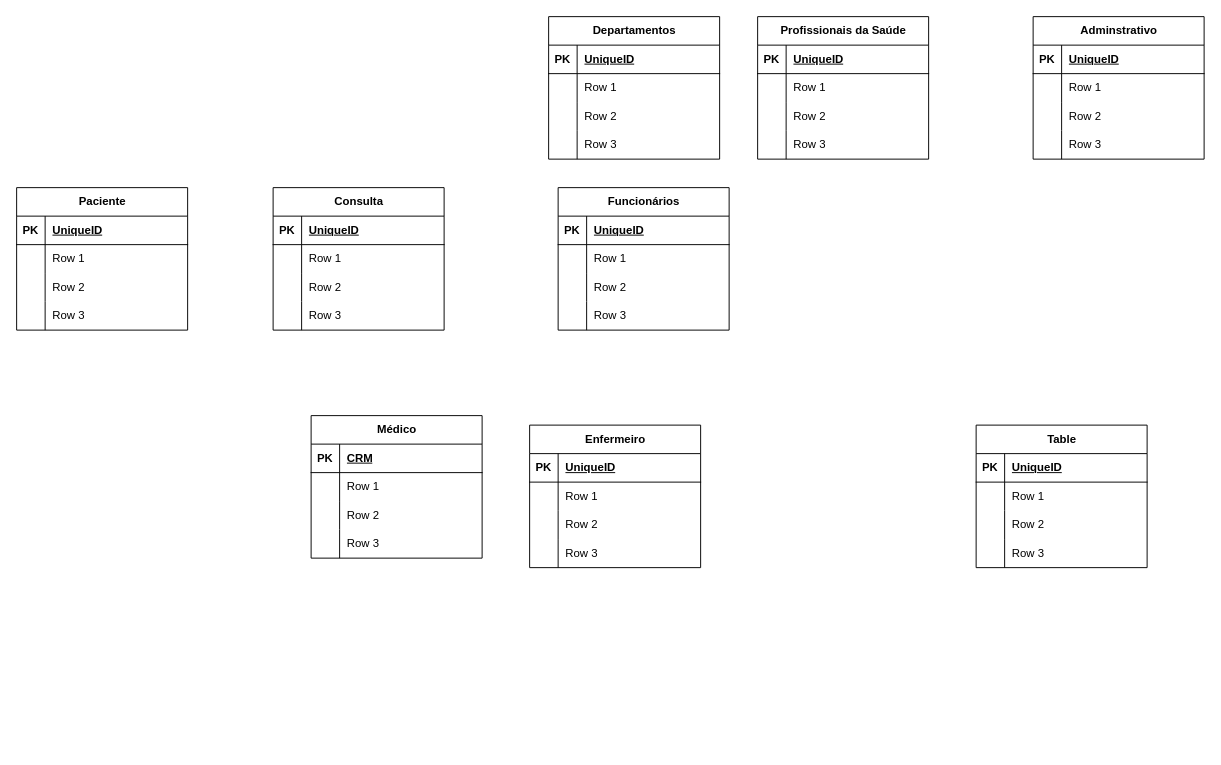
Earlier version of the draw.io diagram Modelo Relacional/Modelo Lógico.drawio (rafasilva9537/projeto_Hospital_BD). Source tidied: cells renumbered, new cells numbered last; positions are measured from the earlier drawing's top-left corner, leaving out a move shared by most shapes. Both pictures are drawn from the tidied source at 95%, with x=0, y=0 at pixel (16, 16).
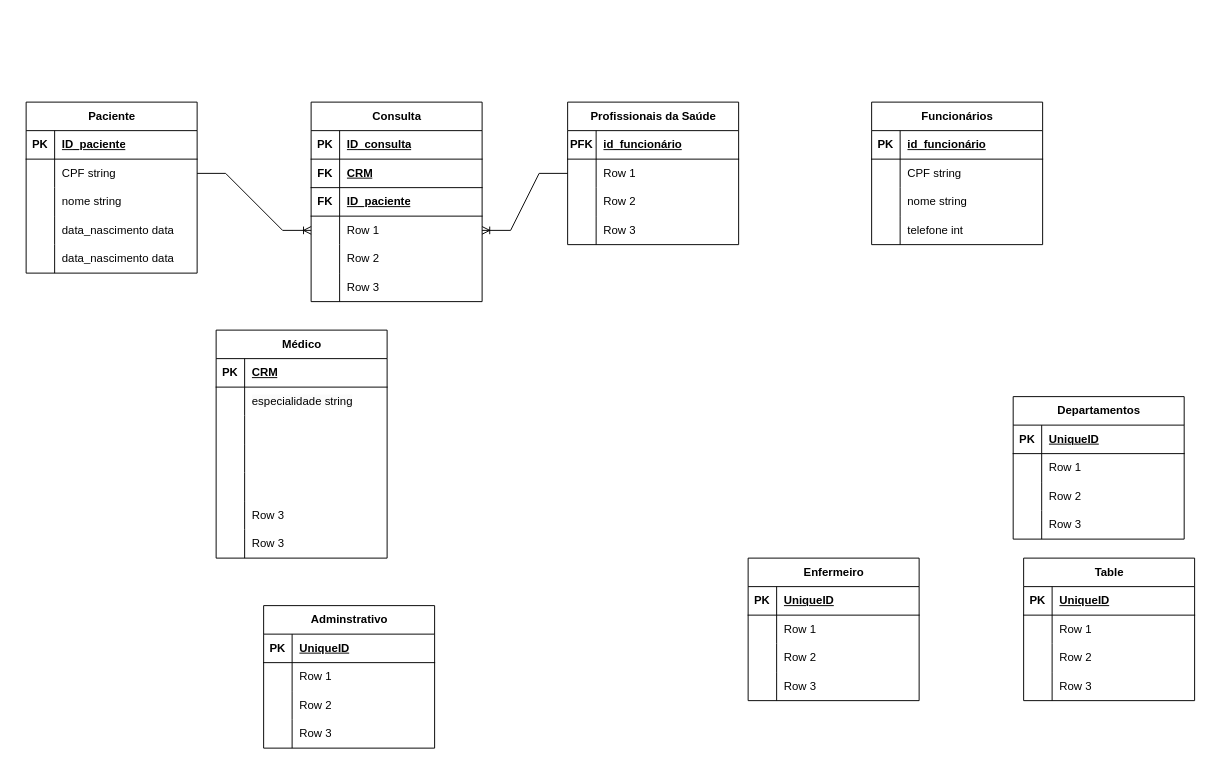
Above is the later version.

The change refers to these unchanged cells:
```xml
<mxCell id="16" style="shape=tableRow;horizontal=0;startSize=0;swimlaneHead=0;swimlaneBody=0;fillColor=none;top=0;left=0;right=0;bottom=1;" parent="15" vertex="1">
  <mxGeometry y="30" width="180" height="30" as="geometry" />
</mxCell>
<mxCell id="19" style="shape=tableRow;horizontal=0;startSize=0;swimlaneHead=0;swimlaneBody=0;fillColor=none;top=0;left=0;right=0;bottom=0;" parent="15" vertex="1">
  <mxGeometry y="60" width="180" height="30" as="geometry" />
</mxCell>
<mxCell id="22" style="shape=tableRow;horizontal=0;startSize=0;swimlaneHead=0;swimlaneBody=0;fillColor=none;top=0;left=0;right=0;bottom=0;" parent="15" vertex="1">
  <mxGeometry y="90" width="180" height="30" as="geometry" />
</mxCell>
<mxCell id="25" style="shape=tableRow;horizontal=0;startSize=0;swimlaneHead=0;swimlaneBody=0;fillColor=none;top=0;left=0;right=0;bottom=0;" parent="15" vertex="1">
  <mxGeometry y="120" width="180" height="30" as="geometry" />
</mxCell>
<mxCell id="29" style="shape=tableRow;horizontal=0;startSize=0;swimlaneHead=0;swimlaneBody=0;fillColor=none;top=0;left=0;right=0;bottom=1;" parent="28" vertex="1">
  <mxGeometry y="30" width="180" height="30" as="geometry" />
</mxCell>
<mxCell id="32" style="shape=tableRow;horizontal=0;startSize=0;swimlaneHead=0;swimlaneBody=0;fillColor=none;points=[[0,0.5],[1,0.5]];portConstraint=eastwest;top=0;left=0;right=0;bottom=0;" parent="28" vertex="1">
  <mxGeometry y="60" width="180" height="30" as="geometry" />
</mxCell>
<mxCell id="68" style="shape=tableRow;horizontal=0;startSize=0;swimlaneHead=0;swimlaneBody=0;fillColor=none;top=0;left=0;right=0;bottom=1;" parent="67" vertex="1">
  <mxGeometry y="30" width="180" height="30" as="geometry" />
</mxCell>
<mxCell id="71" style="shape=tableRow;horizontal=0;startSize=0;swimlaneHead=0;swimlaneBody=0;fillColor=none;points=[[0,0.5],[1,0.5]];portConstraint=eastwest;top=0;left=0;right=0;bottom=0;" parent="67" vertex="1">
  <mxGeometry y="60" width="180" height="30" as="geometry" />
</mxCell>
<mxCell id="74" style="shape=tableRow;horizontal=0;startSize=0;swimlaneHead=0;swimlaneBody=0;fillColor=none;top=0;left=0;right=0;bottom=0;" parent="67" vertex="1">
  <mxGeometry y="90" width="180" height="30" as="geometry" />
</mxCell>
<mxCell id="77" style="shape=tableRow;horizontal=0;startSize=0;swimlaneHead=0;swimlaneBody=0;fillColor=none;top=0;left=0;right=0;bottom=0;" parent="67" vertex="1">
  <mxGeometry y="120" width="180" height="30" as="geometry" />
</mxCell>
<mxCell id="81" style="shape=tableRow;horizontal=0;startSize=0;swimlaneHead=0;swimlaneBody=0;fillColor=none;top=0;left=0;right=0;bottom=1;" parent="80" vertex="1">
  <mxGeometry y="30" width="180" height="30" as="geometry" />
</mxCell>
<mxCell id="97" style="shape=tableRow;horizontal=0;startSize=0;swimlaneHead=0;swimlaneBody=0;fillColor=none;top=0;left=0;right=0;bottom=0;" parent="93" vertex="1">
  <mxGeometry y="60" width="180" height="30" as="geometry" />
</mxCell>
<mxCell id="100" style="shape=tableRow;horizontal=0;startSize=0;swimlaneHead=0;swimlaneBody=0;fillColor=none;top=0;left=0;right=0;bottom=0;" parent="93" vertex="1">
  <mxGeometry y="90" width="180" height="30" as="geometry" />
</mxCell>
<mxCell id="103" style="shape=tableRow;horizontal=0;startSize=0;swimlaneHead=0;swimlaneBody=0;fillColor=none;top=0;left=0;right=0;bottom=0;" parent="93" vertex="1">
  <mxGeometry y="120" width="180" height="30" as="geometry" />
</mxCell>
```

Diff of the diagram source:
```diff
@@
     <mxCell id="2" value="Departamentos" style="shape=table;startSize=30;childLayout=tableLayout;rowLines=0;fontStyle=1;align=center;html=1;" parent="1" vertex="1">
-      <mxGeometry x="560" width="180" height="150" as="geometry" />
+      <mxGeometry x="1049" y="400" width="180" height="150" as="geometry" />
     </mxCell>
@@
     <mxCell id="15" value="Funcionários" style="shape=table;startSize=30;childLayout=tableLayout;rowLines=0;fontStyle=1;align=center;html=1;" parent="1" vertex="1">
-      <mxGeometry x="570" y="180" width="180" height="150" as="geometry" />
+      <mxGeometry x="900" y="90" width="180" height="150" as="geometry" />
     </mxCell>
@@
-    <mxCell id="18" value="UniqueID" style="shape=partialRectangle;fillColor=none;top=0;left=0;bottom=0;right=0;align=left;spacingLeft=6;fontStyle=5;overflow=hidden;whiteSpace=wrap;html=1;" parent="16" vertex="1">
+    <mxCell id="18" value="id_funcionário" style="shape=partialRectangle;fillColor=none;top=0;left=0;bottom=0;right=0;align=left;spacingLeft=6;fontStyle=5;overflow=hidden;whiteSpace=wrap;html=1;" parent="16" vertex="1">
       <mxGeometry x="30" width="150" height="30" as="geometry" />
     </mxCell>
@@
-    <mxCell id="21" value="Row 1" style="shape=partialRectangle;fillColor=none;top=0;left=0;bottom=0;right=0;align=left;spacingLeft=6;overflow=hidden;whiteSpace=wrap;html=1;" parent="19" vertex="1">
+    <mxCell id="21" value="CPF string" style="shape=partialRectangle;fillColor=none;top=0;left=0;bottom=0;right=0;align=left;spacingLeft=6;overflow=hidden;whiteSpace=wrap;html=1;" parent="19" vertex="1">
       <mxGeometry x="30" width="150" height="30" as="geometry" />
     </mxCell>
@@
-    <mxCell id="24" value="Row 2" style="shape=partialRectangle;fillColor=none;top=0;left=0;bottom=0;right=0;align=left;spacingLeft=6;overflow=hidden;whiteSpace=wrap;html=1;" parent="22" vertex="1">
+    <mxCell id="24" value="nome string" style="shape=partialRectangle;fillColor=none;top=0;left=0;bottom=0;right=0;align=left;spacingLeft=6;overflow=hidden;whiteSpace=wrap;html=1;" parent="22" vertex="1">
       <mxGeometry x="30" width="150" height="30" as="geometry" />
     </mxCell>
@@
-    <mxCell id="27" value="Row 3" style="shape=partialRectangle;fillColor=none;top=0;left=0;bottom=0;right=0;align=left;spacingLeft=6;overflow=hidden;whiteSpace=wrap;html=1;" parent="25" vertex="1">
+    <mxCell id="27" value="telefone int" style="shape=partialRectangle;fillColor=none;top=0;left=0;bottom=0;right=0;align=left;spacingLeft=6;overflow=hidden;whiteSpace=wrap;html=1;" parent="25" vertex="1">
       <mxGeometry x="30" width="150" height="30" as="geometry" />
     </mxCell>
     <mxCell id="28" value="Profissionais da Saúde" style="shape=table;startSize=30;childLayout=tableLayout;rowLines=0;fontStyle=1;align=center;html=1;" parent="1" vertex="1">
-      <mxGeometry x="780" width="180" height="150" as="geometry" />
+      <mxGeometry x="580" y="90" width="180" height="150" as="geometry" />
     </mxCell>
@@
-    <mxCell id="30" value="PK" style="shape=partialRectangle;fillColor=none;top=0;left=0;bottom=0;right=0;fontStyle=1;overflow=hidden;whiteSpace=wrap;html=1;" parent="29" vertex="1">
+    <mxCell id="30" value="PFK" style="shape=partialRectangle;fillColor=none;top=0;left=0;bottom=0;right=0;fontStyle=1;overflow=hidden;whiteSpace=wrap;html=1;" parent="29" vertex="1">
       <mxGeometry width="30" height="30" as="geometry" />
     </mxCell>
-    <mxCell id="31" value="UniqueID" style="shape=partialRectangle;fillColor=none;top=0;left=0;bottom=0;right=0;align=left;spacingLeft=6;fontStyle=5;overflow=hidden;whiteSpace=wrap;html=1;" parent="29" vertex="1">
+    <mxCell id="31" value="id_funcionário" style="shape=partialRectangle;fillColor=none;top=0;left=0;bottom=0;right=0;align=left;spacingLeft=6;fontStyle=5;overflow=hidden;whiteSpace=wrap;html=1;" parent="29" vertex="1">
       <mxGeometry x="30" width="150" height="30" as="geometry" />
     </mxCell>
@@
     <mxCell id="41" value="Adminstrativo" style="shape=table;startSize=30;childLayout=tableLayout;rowLines=0;fontStyle=1;align=center;html=1;" parent="1" vertex="1">
-      <mxGeometry x="1070" width="180" height="150" as="geometry" />
+      <mxGeometry x="260" y="620" width="180" height="150" as="geometry" />
     </mxCell>
@@
     <mxCell id="54" value="Table" style="shape=table;startSize=30;childLayout=tableLayout;rowLines=0;fontStyle=1;align=center;html=1;" parent="1" vertex="1">
-      <mxGeometry x="1010" y="430" width="180" height="150" as="geometry" />
+      <mxGeometry x="1060" y="570" width="180" height="150" as="geometry" />
     </mxCell>
@@
     <mxCell id="67" value="Paciente" style="shape=table;startSize=30;childLayout=tableLayout;rowLines=0;fontStyle=1;align=center;html=1;" parent="1" vertex="1">
-      <mxGeometry y="180" width="180" height="150" as="geometry" />
+      <mxGeometry x="10" y="90" width="180" height="180" as="geometry" />
     </mxCell>
@@
-    <mxCell id="70" value="UniqueID" style="shape=partialRectangle;fillColor=none;top=0;left=0;bottom=0;right=0;align=left;spacingLeft=6;fontStyle=5;overflow=hidden;whiteSpace=wrap;html=1;" parent="68" vertex="1">
+    <mxCell id="70" value="ID_paciente" style="shape=partialRectangle;fillColor=none;top=0;left=0;bottom=0;right=0;align=left;spacingLeft=6;fontStyle=5;overflow=hidden;whiteSpace=wrap;html=1;" parent="68" vertex="1">
       <mxGeometry x="30" width="150" height="30" as="geometry" />
     </mxCell>
@@
-    <mxCell id="73" value="Row 1" style="shape=partialRectangle;fillColor=none;top=0;left=0;bottom=0;right=0;align=left;spacingLeft=6;overflow=hidden;whiteSpace=wrap;html=1;" parent="71" vertex="1">
+    <mxCell id="73" value="CPF string" style="shape=partialRectangle;fillColor=none;top=0;left=0;bottom=0;right=0;align=left;spacingLeft=6;overflow=hidden;whiteSpace=wrap;html=1;" parent="71" vertex="1">
       <mxGeometry x="30" width="150" height="30" as="geometry" />
     </mxCell>
@@
-    <mxCell id="76" value="Row 2" style="shape=partialRectangle;fillColor=none;top=0;left=0;bottom=0;right=0;align=left;spacingLeft=6;overflow=hidden;whiteSpace=wrap;html=1;" parent="74" vertex="1">
+    <mxCell id="76" value="nome string" style="shape=partialRectangle;fillColor=none;top=0;left=0;bottom=0;right=0;align=left;spacingLeft=6;overflow=hidden;whiteSpace=wrap;html=1;" parent="74" vertex="1">
       <mxGeometry x="30" width="150" height="30" as="geometry" />
     </mxCell>
@@
-    <mxCell id="79" value="Row 3" style="shape=partialRectangle;fillColor=none;top=0;left=0;bottom=0;right=0;align=left;spacingLeft=6;overflow=hidden;whiteSpace=wrap;html=1;" parent="77" vertex="1">
+    <mxCell id="79" value="data_nascimento data" style="shape=partialRectangle;fillColor=none;top=0;left=0;bottom=0;right=0;align=left;spacingLeft=6;overflow=hidden;whiteSpace=wrap;html=1;" parent="77" vertex="1">
       <mxGeometry x="30" width="150" height="30" as="geometry" />
     </mxCell>
+    <mxCell id="119" style="shape=tableRow;horizontal=0;startSize=0;swimlaneHead=0;swimlaneBody=0;fillColor=none;top=0;left=0;right=0;bottom=0;" parent="67" vertex="1">
+      <mxGeometry y="150" width="180" height="30" as="geometry" />
+    </mxCell>
+    <mxCell id="120" style="shape=partialRectangle;fillColor=none;top=0;left=0;bottom=0;right=0;overflow=hidden;whiteSpace=wrap;html=1;" parent="119" vertex="1">
+      <mxGeometry width="30" height="30" as="geometry" />
+    </mxCell>
+    <mxCell id="121" value="data_nascimento data" style="shape=partialRectangle;fillColor=none;top=0;left=0;bottom=0;right=0;align=left;spacingLeft=6;overflow=hidden;whiteSpace=wrap;html=1;" parent="119" vertex="1">
+      <mxGeometry x="30" width="150" height="30" as="geometry" />
+    </mxCell>
     <mxCell id="80" value="Consulta" style="shape=table;startSize=30;childLayout=tableLayout;rowLines=0;fontStyle=1;align=center;html=1;" parent="1" vertex="1">
-      <mxGeometry x="270" y="180" width="180" height="150" as="geometry" />
+      <mxGeometry x="310" y="90" width="180" height="210" as="geometry" />
     </mxCell>
@@
-    <mxCell id="83" value="UniqueID" style="shape=partialRectangle;fillColor=none;top=0;left=0;bottom=0;right=0;align=left;spacingLeft=6;fontStyle=5;overflow=hidden;whiteSpace=wrap;html=1;" parent="81" vertex="1">
+    <mxCell id="83" value="ID_consulta" style="shape=partialRectangle;fillColor=none;top=0;left=0;bottom=0;right=0;align=left;spacingLeft=6;fontStyle=5;overflow=hidden;whiteSpace=wrap;html=1;" parent="81" vertex="1">
       <mxGeometry x="30" width="150" height="30" as="geometry" />
     </mxCell>
+    <mxCell id="122" style="shape=tableRow;horizontal=0;startSize=0;swimlaneHead=0;swimlaneBody=0;fillColor=none;top=0;left=0;right=0;bottom=1;" parent="80" vertex="1">
+      <mxGeometry y="60" width="180" height="30" as="geometry" />
+    </mxCell>
+    <mxCell id="123" value="FK" style="shape=partialRectangle;fillColor=none;top=0;left=0;bottom=0;right=0;fontStyle=1;overflow=hidden;whiteSpace=wrap;html=1;" parent="122" vertex="1">
+      <mxGeometry width="30" height="30" as="geometry" />
+    </mxCell>
+    <mxCell id="124" value="CRM" style="shape=partialRectangle;fillColor=none;top=0;left=0;bottom=0;right=0;align=left;spacingLeft=6;fontStyle=5;overflow=hidden;whiteSpace=wrap;html=1;" parent="122" vertex="1">
+      <mxGeometry x="30" width="150" height="30" as="geometry" />
+    </mxCell>
+    <mxCell id="125" style="shape=tableRow;horizontal=0;startSize=0;swimlaneHead=0;swimlaneBody=0;fillColor=none;top=0;left=0;right=0;bottom=1;" parent="80" vertex="1">
+      <mxGeometry y="90" width="180" height="30" as="geometry" />
+    </mxCell>
+    <mxCell id="126" value="FK" style="shape=partialRectangle;fillColor=none;top=0;left=0;bottom=0;right=0;fontStyle=1;overflow=hidden;whiteSpace=wrap;html=1;" parent="125" vertex="1">
+      <mxGeometry width="30" height="30" as="geometry" />
+    </mxCell>
+    <mxCell id="127" value="ID_paciente" style="shape=partialRectangle;fillColor=none;top=0;left=0;bottom=0;right=0;align=left;spacingLeft=6;fontStyle=5;overflow=hidden;whiteSpace=wrap;html=1;" parent="125" vertex="1">
+      <mxGeometry x="30" width="150" height="30" as="geometry" />
+    </mxCell>
     <mxCell id="84" style="shape=tableRow;horizontal=0;startSize=0;swimlaneHead=0;swimlaneBody=0;fillColor=none;points=[[0,0.5],[1,0.5]];portConstraint=eastwest;top=0;left=0;right=0;bottom=0;" parent="80" vertex="1">
-      <mxGeometry y="60" width="180" height="30" as="geometry" />
+      <mxGeometry y="120" width="180" height="30" as="geometry" />
     </mxCell>
@@
     <mxCell id="87" style="shape=tableRow;horizontal=0;startSize=0;swimlaneHead=0;swimlaneBody=0;fillColor=none;top=0;left=0;right=0;bottom=0;" parent="80" vertex="1">
-      <mxGeometry y="90" width="180" height="30" as="geometry" />
+      <mxGeometry y="150" width="180" height="30" as="geometry" />
     </mxCell>
@@
     <mxCell id="90" style="shape=tableRow;horizontal=0;startSize=0;swimlaneHead=0;swimlaneBody=0;fillColor=none;top=0;left=0;right=0;bottom=0;" parent="80" vertex="1">
-      <mxGeometry y="120" width="180" height="30" as="geometry" />
+      <mxGeometry y="180" width="180" height="30" as="geometry" />
     </mxCell>
@@
     <mxCell id="93" value="Médico" style="shape=table;startSize=30;childLayout=tableLayout;rowLines=0;fontStyle=1;align=center;html=1;" parent="1" vertex="1">
-      <mxGeometry x="310" y="420" width="180" height="150" as="geometry" />
+      <mxGeometry x="210" y="330" width="180" height="240" as="geometry" />
     </mxCell>
@@
-    <mxCell id="99" value="Row 1" style="shape=partialRectangle;fillColor=none;top=0;left=0;bottom=0;right=0;align=left;spacingLeft=6;overflow=hidden;whiteSpace=wrap;html=1;" parent="97" vertex="1">
+    <mxCell id="99" value="&lt;span style=&quot;color: rgb(0, 0, 0); font-family: Helvetica; font-size: 12px; font-style: normal; font-variant-ligatures: normal; font-variant-caps: normal; font-weight: 400; letter-spacing: normal; orphans: 2; text-align: left; text-indent: 0px; text-transform: none; widows: 2; word-spacing: 0px; -webkit-text-stroke-width: 0px; background-color: rgb(251, 251, 251); text-decoration-thickness: initial; text-decoration-style: initial; text-decoration-color: initial; float: none; display: inline !important;&quot;&gt;especialidade string&lt;/span&gt;" style="shape=partialRectangle;fillColor=none;top=0;left=0;bottom=0;right=0;align=left;spacingLeft=6;overflow=hidden;whiteSpace=wrap;html=1;" parent="97" vertex="1">
       <mxGeometry x="30" width="150" height="30" as="geometry" />
     </mxCell>
@@
-    <mxCell id="102" value="Row 2" style="shape=partialRectangle;fillColor=none;top=0;left=0;bottom=0;right=0;align=left;spacingLeft=6;overflow=hidden;whiteSpace=wrap;html=1;" parent="100" vertex="1">
+    <mxCell id="102" style="shape=partialRectangle;fillColor=none;top=0;left=0;bottom=0;right=0;align=left;spacingLeft=6;overflow=hidden;whiteSpace=wrap;html=1;" parent="100" vertex="1">
       <mxGeometry x="30" width="150" height="30" as="geometry" />
     </mxCell>
@@
-    <mxCell id="105" value="Row 3" style="shape=partialRectangle;fillColor=none;top=0;left=0;bottom=0;right=0;align=left;spacingLeft=6;overflow=hidden;whiteSpace=wrap;html=1;" parent="103" vertex="1">
+    <mxCell id="105" style="shape=partialRectangle;fillColor=none;top=0;left=0;bottom=0;right=0;align=left;spacingLeft=6;overflow=hidden;whiteSpace=wrap;html=1;" parent="103" vertex="1">
       <mxGeometry x="30" width="150" height="30" as="geometry" />
     </mxCell>
+    <mxCell id="128" style="shape=tableRow;horizontal=0;startSize=0;swimlaneHead=0;swimlaneBody=0;fillColor=none;top=0;left=0;right=0;bottom=0;" parent="93" vertex="1">
+      <mxGeometry y="150" width="180" height="30" as="geometry" />
+    </mxCell>
+    <mxCell id="129" style="shape=partialRectangle;fillColor=none;top=0;left=0;bottom=0;right=0;overflow=hidden;whiteSpace=wrap;html=1;" parent="128" vertex="1">
+      <mxGeometry width="30" height="30" as="geometry" />
+    </mxCell>
+    <mxCell id="130" style="shape=partialRectangle;fillColor=none;top=0;left=0;bottom=0;right=0;align=left;spacingLeft=6;overflow=hidden;whiteSpace=wrap;html=1;" parent="128" vertex="1">
+      <mxGeometry x="30" width="150" height="30" as="geometry" />
+    </mxCell>
+    <mxCell id="131" style="shape=tableRow;horizontal=0;startSize=0;swimlaneHead=0;swimlaneBody=0;fillColor=none;top=0;left=0;right=0;bottom=0;" parent="93" vertex="1">
+      <mxGeometry y="180" width="180" height="30" as="geometry" />
+    </mxCell>
+    <mxCell id="132" style="shape=partialRectangle;fillColor=none;top=0;left=0;bottom=0;right=0;overflow=hidden;whiteSpace=wrap;html=1;" parent="131" vertex="1">
+      <mxGeometry width="30" height="30" as="geometry" />
+    </mxCell>
+    <mxCell id="133" value="Row 3" style="shape=partialRectangle;fillColor=none;top=0;left=0;bottom=0;right=0;align=left;spacingLeft=6;overflow=hidden;whiteSpace=wrap;html=1;" parent="131" vertex="1">
+      <mxGeometry x="30" width="150" height="30" as="geometry" />
+    </mxCell>
+    <mxCell id="134" style="shape=tableRow;horizontal=0;startSize=0;swimlaneHead=0;swimlaneBody=0;fillColor=none;top=0;left=0;right=0;bottom=0;" parent="93" vertex="1">
+      <mxGeometry y="210" width="180" height="30" as="geometry" />
+    </mxCell>
+    <mxCell id="135" style="shape=partialRectangle;fillColor=none;top=0;left=0;bottom=0;right=0;overflow=hidden;whiteSpace=wrap;html=1;" parent="134" vertex="1">
+      <mxGeometry width="30" height="30" as="geometry" />
+    </mxCell>
+    <mxCell id="136" value="Row 3" style="shape=partialRectangle;fillColor=none;top=0;left=0;bottom=0;right=0;align=left;spacingLeft=6;overflow=hidden;whiteSpace=wrap;html=1;" parent="134" vertex="1">
+      <mxGeometry x="30" width="150" height="30" as="geometry" />
+    </mxCell>
     <mxCell id="106" value="Enfermeiro" style="shape=table;startSize=30;childLayout=tableLayout;rowLines=0;fontStyle=1;align=center;html=1;" parent="1" vertex="1">
-      <mxGeometry x="540" y="430" width="180" height="150" as="geometry" />
+      <mxGeometry x="770" y="570" width="180" height="150" as="geometry" />
     </mxCell>
@@
+    <mxCell id="137" style="edgeStyle=entityRelationEdgeStyle;fontSize=12;html=1;endArrow=ERoneToMany;rounded=0;entryX=0;entryY=0.5;entryDx=0;entryDy=0;exitX=1;exitY=0.5;exitDx=0;exitDy=0;" parent="1" edge="1" source="71" target="84">
+      <mxGeometry relative="1" as="geometry" />
+    </mxCell>
+    <mxCell id="138" style="edgeStyle=entityRelationEdgeStyle;fontSize=12;html=1;endArrow=ERoneToMany;rounded=0;entryX=1;entryY=0.5;entryDx=0;entryDy=0;exitX=0;exitY=0.5;exitDx=0;exitDy=0;" parent="1" edge="1" source="32" target="84">
+      <mxGeometry relative="1" as="geometry" />
+    </mxCell>
```
